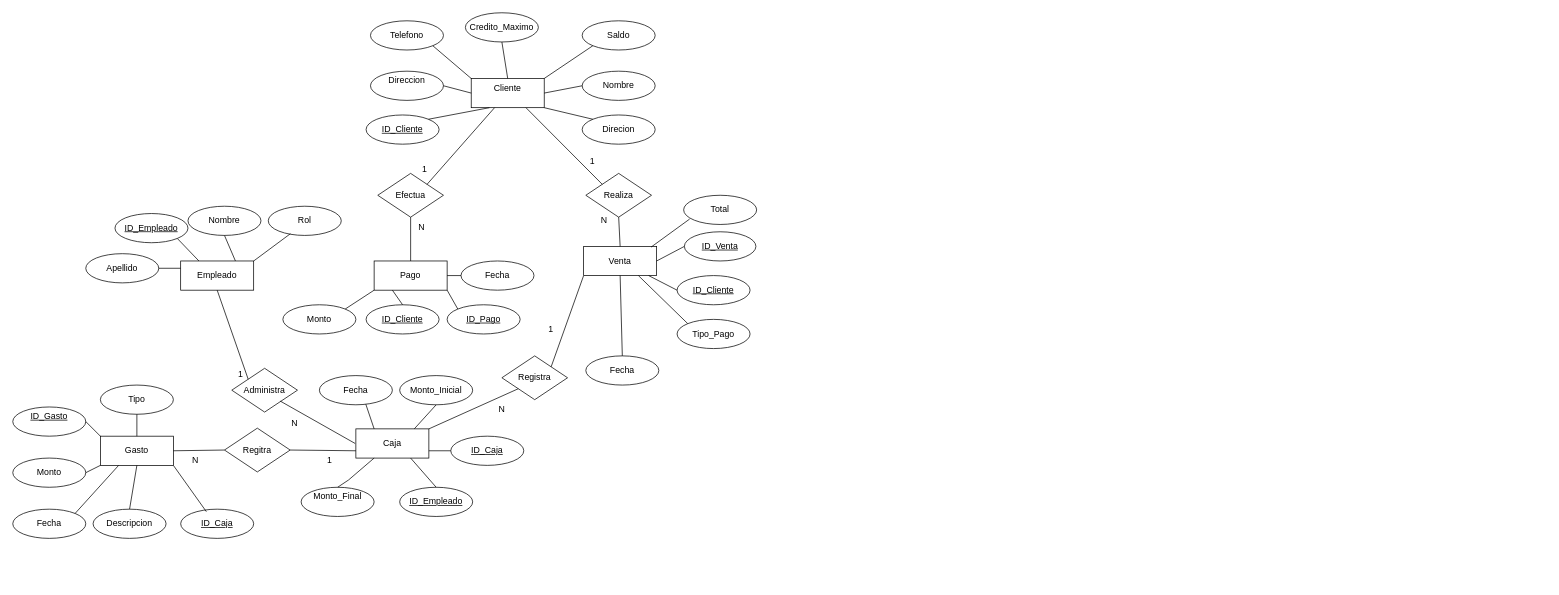
The draw.io diagram Tarea4.drawio in Csandoval-dev/EtlExamenI, before the edit. Source tidied: cells renumbered, new cells numbered last; positions are measured from the earlier drawing's top-left corner, leaving out a move shared by most shapes. Both pictures are drawn from the tidied source at 73%, with x=0, y=0 at pixel (12, 12).
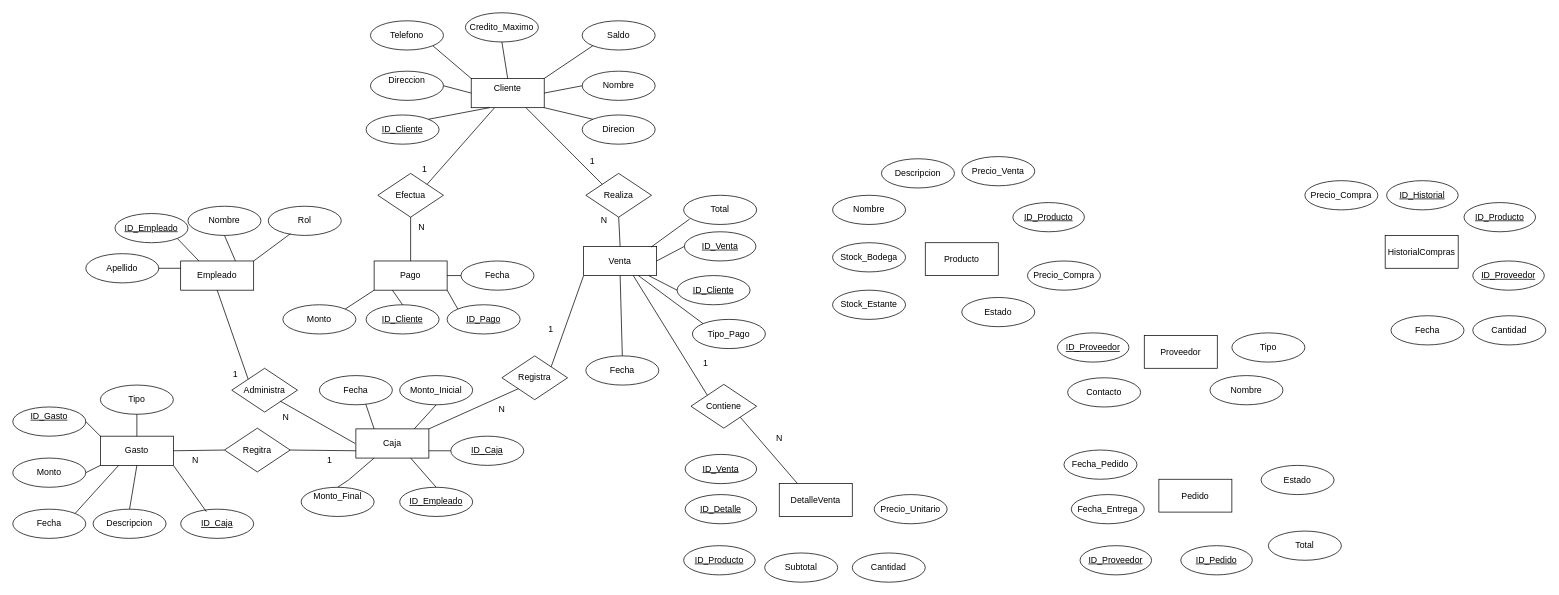
After the change.

Change to the diagram source:
```diff
@@
     <mxCell id="22" value="Tipo_Pago" style="ellipse;whiteSpace=wrap;html=1;align=center;" parent="1" vertex="1">
-      <mxGeometry x="910" y="420" width="100" height="40" as="geometry" />
+      <mxGeometry x="931" y="420" width="100" height="40" as="geometry" />
     </mxCell>
@@
     <mxCell id="77" value="1" style="text;strokeColor=none;fillColor=none;spacingLeft=4;spacingRight=4;overflow=hidden;fontSize=12;whiteSpace=wrap;html=1;" parent="1" vertex="1">
-      <mxGeometry x="303" y="482" width="40" height="30" as="geometry" />
+      <mxGeometry x="296" y="481" width="40" height="30" as="geometry" />
     </mxCell>
     <mxCell id="78" value="N" style="text;strokeColor=none;fillColor=none;spacingLeft=4;spacingRight=4;overflow=hidden;fontSize=12;whiteSpace=wrap;html=1;" parent="1" vertex="1">
-      <mxGeometry x="376" y="549" width="40" height="30" as="geometry" />
+      <mxGeometry x="364" y="540" width="40" height="30" as="geometry" />
     </mxCell>
@@
+    <mxCell id="95" value="Producto" style="whiteSpace=wrap;html=1;align=center;" parent="1" vertex="1">
+      <mxGeometry x="1250" y="315" width="100" height="45" as="geometry" />
+    </mxCell>
+    <mxCell id="96" value="ID_Producto" style="ellipse;whiteSpace=wrap;html=1;align=center;fontStyle=4;" parent="1" vertex="1">
+      <mxGeometry x="919" y="730" width="98" height="40" as="geometry" />
+    </mxCell>
+    <mxCell id="97" value="Nombre" style="ellipse;whiteSpace=wrap;html=1;align=center;" parent="1" vertex="1">
+      <mxGeometry x="1123" y="250" width="100" height="40" as="geometry" />
+    </mxCell>
+    <mxCell id="98" value="Descripcion" style="ellipse;whiteSpace=wrap;html=1;align=center;" parent="1" vertex="1">
+      <mxGeometry x="1190" y="200" width="100" height="40" as="geometry" />
+    </mxCell>
+    <mxCell id="99" value="Precio_Compra" style="ellipse;whiteSpace=wrap;html=1;align=center;" parent="1" vertex="1">
+      <mxGeometry x="1390" y="340" width="100" height="40" as="geometry" />
+    </mxCell>
+    <mxCell id="100" value="Precio_Venta" style="ellipse;whiteSpace=wrap;html=1;align=center;" parent="1" vertex="1">
+      <mxGeometry x="1300" y="197" width="100" height="40" as="geometry" />
+    </mxCell>
+    <mxCell id="101" value="Stock_Bodega" style="ellipse;whiteSpace=wrap;html=1;align=center;" parent="1" vertex="1">
+      <mxGeometry x="1123" y="315" width="100" height="40" as="geometry" />
+    </mxCell>
+    <mxCell id="102" value="Stock_Estante" style="ellipse;whiteSpace=wrap;html=1;align=center;" parent="1" vertex="1">
+      <mxGeometry x="1123" y="380" width="100" height="40" as="geometry" />
+    </mxCell>
+    <mxCell id="103" value="Nombre" style="ellipse;whiteSpace=wrap;html=1;align=center;" parent="1" vertex="1">
+      <mxGeometry x="1640" y="497" width="100" height="40" as="geometry" />
+    </mxCell>
+    <mxCell id="104" value="Proveedor" style="whiteSpace=wrap;html=1;align=center;" parent="1" vertex="1">
+      <mxGeometry x="1550" y="442" width="100" height="45" as="geometry" />
+    </mxCell>
+    <mxCell id="105" value="ID_Historial" style="ellipse;whiteSpace=wrap;html=1;align=center;fontStyle=4;" parent="1" vertex="1">
+      <mxGeometry x="1882" y="230" width="98" height="40" as="geometry" />
+    </mxCell>
+    <mxCell id="106" value="Estado" style="ellipse;whiteSpace=wrap;html=1;align=center;" parent="1" vertex="1">
+      <mxGeometry x="1300" y="390" width="100" height="40" as="geometry" />
+    </mxCell>
+    <mxCell id="107" value="Cantidad" style="ellipse;whiteSpace=wrap;html=1;align=center;" parent="1" vertex="1">
+      <mxGeometry x="2000" y="415" width="100" height="40" as="geometry" />
+    </mxCell>
+    <mxCell id="108" value="Contacto" style="ellipse;whiteSpace=wrap;html=1;align=center;" parent="1" vertex="1">
+      <mxGeometry x="1445" y="500" width="100" height="40" as="geometry" />
+    </mxCell>
+    <mxCell id="109" value="Pedido" style="whiteSpace=wrap;html=1;align=center;" parent="1" vertex="1">
+      <mxGeometry x="1570" y="639" width="100" height="45" as="geometry" />
+    </mxCell>
+    <mxCell id="110" value="ID_Proveedor" style="ellipse;whiteSpace=wrap;html=1;align=center;fontStyle=4;" parent="1" vertex="1">
+      <mxGeometry x="1462" y="730" width="98" height="40" as="geometry" />
+    </mxCell>
+    <mxCell id="111" value="ID_Pedido" style="ellipse;whiteSpace=wrap;html=1;align=center;fontStyle=4;" parent="1" vertex="1">
+      <mxGeometry x="1600" y="730" width="98" height="40" as="geometry" />
+    </mxCell>
+    <mxCell id="112" value="Fecha_Pedido" style="ellipse;whiteSpace=wrap;html=1;align=center;" parent="1" vertex="1">
+      <mxGeometry x="1440" y="599" width="100" height="40" as="geometry" />
+    </mxCell>
+    <mxCell id="113" value="Fecha_Entrega" style="ellipse;whiteSpace=wrap;html=1;align=center;" parent="1" vertex="1">
+      <mxGeometry x="1450" y="660" width="100" height="40" as="geometry" />
+    </mxCell>
+    <mxCell id="114" value="Estado" style="ellipse;whiteSpace=wrap;html=1;align=center;" parent="1" vertex="1">
+      <mxGeometry x="1710" y="620" width="100" height="40" as="geometry" />
+    </mxCell>
+    <mxCell id="115" value="Total" style="ellipse;whiteSpace=wrap;html=1;align=center;" parent="1" vertex="1">
+      <mxGeometry x="1720" y="710" width="100" height="40" as="geometry" />
+    </mxCell>
+    <mxCell id="116" value="DetalleVenta" style="whiteSpace=wrap;html=1;align=center;" parent="1" vertex="1">
+      <mxGeometry x="1050" y="645" width="100" height="45" as="geometry" />
+    </mxCell>
+    <mxCell id="117" value="ID_Venta" style="ellipse;whiteSpace=wrap;html=1;align=center;fontStyle=4;" parent="1" vertex="1">
+      <mxGeometry x="921" y="605" width="98" height="40" as="geometry" />
+    </mxCell>
+    <mxCell id="118" value="ID_Detalle" style="ellipse;whiteSpace=wrap;html=1;align=center;fontStyle=4;" parent="1" vertex="1">
+      <mxGeometry x="921" y="660" width="98" height="40" as="geometry" />
+    </mxCell>
+    <mxCell id="119" value="ID_Producto" style="ellipse;whiteSpace=wrap;html=1;align=center;fontStyle=4;" parent="1" vertex="1">
+      <mxGeometry x="1370" y="260" width="98" height="40" as="geometry" />
+    </mxCell>
+    <mxCell id="120" value="Cantidad" style="ellipse;whiteSpace=wrap;html=1;align=center;" parent="1" vertex="1">
+      <mxGeometry x="1150" y="740" width="100" height="40" as="geometry" />
+    </mxCell>
+    <mxCell id="121" value="Precio_Unitario" style="ellipse;whiteSpace=wrap;html=1;align=center;" parent="1" vertex="1">
+      <mxGeometry x="1180" y="660" width="100" height="40" as="geometry" />
+    </mxCell>
+    <mxCell id="122" value="Subtotal" style="ellipse;whiteSpace=wrap;html=1;align=center;" parent="1" vertex="1">
+      <mxGeometry x="1030" y="740" width="100" height="40" as="geometry" />
+    </mxCell>
+    <mxCell id="123" value="HistorialCompras" style="whiteSpace=wrap;html=1;align=center;" parent="1" vertex="1">
+      <mxGeometry x="1880" y="305" width="100" height="45" as="geometry" />
+    </mxCell>
+    <mxCell id="124" value="ID_Proveedor" style="ellipse;whiteSpace=wrap;html=1;align=center;fontStyle=4;" parent="1" vertex="1">
+      <mxGeometry x="2000" y="340" width="98" height="40" as="geometry" />
+    </mxCell>
+    <mxCell id="125" value="ID_Proveedor" style="ellipse;whiteSpace=wrap;html=1;align=center;fontStyle=4;" parent="1" vertex="1">
+      <mxGeometry x="1431" y="438.5" width="98" height="40" as="geometry" />
+    </mxCell>
+    <mxCell id="126" value="ID_Producto" style="ellipse;whiteSpace=wrap;html=1;align=center;fontStyle=4;" parent="1" vertex="1">
+      <mxGeometry x="1988" y="260" width="98" height="40" as="geometry" />
+    </mxCell>
+    <mxCell id="127" value="Tipo" style="ellipse;whiteSpace=wrap;html=1;align=center;" parent="1" vertex="1">
+      <mxGeometry x="1670" y="438.5" width="100" height="40" as="geometry" />
+    </mxCell>
+    <mxCell id="128" value="Precio_Compra" style="ellipse;whiteSpace=wrap;html=1;align=center;" parent="1" vertex="1">
+      <mxGeometry x="1770" y="230" width="100" height="40" as="geometry" />
+    </mxCell>
+    <mxCell id="129" value="Fecha" style="ellipse;whiteSpace=wrap;html=1;align=center;" parent="1" vertex="1">
+      <mxGeometry x="1888" y="415" width="100" height="40" as="geometry" />
+    </mxCell>
+    <mxCell id="130" value="Contiene" style="shape=rhombus;perimeter=rhombusPerimeter;whiteSpace=wrap;html=1;align=center;" parent="1" vertex="1">
+      <mxGeometry x="929" y="509" width="90" height="60" as="geometry" />
+    </mxCell>
+    <mxCell id="131" style="endArrow=none;html=1;rounded=0;entryX=0;entryY=0;entryDx=0;entryDy=0;" parent="1" edge="1" target="130">
+      <mxGeometry relative="1" as="geometry">
+        <mxPoint x="850" y="360" as="sourcePoint" />
+      </mxGeometry>
+    </mxCell>
+    <mxCell id="132" style="endArrow=none;html=1;rounded=0;entryX=0.25;entryY=0;entryDx=0;entryDy=0;exitX=1;exitY=1;exitDx=0;exitDy=0;" parent="1" edge="1" source="130" target="116">
+      <mxGeometry relative="1" as="geometry" />
+    </mxCell>
+    <mxCell id="133" value="1" style="text;strokeColor=none;fillColor=none;spacingLeft=4;spacingRight=4;overflow=hidden;fontSize=12;whiteSpace=wrap;html=1;" parent="1" vertex="1">
+      <mxGeometry x="940" y="467" width="40" height="30" as="geometry" />
+    </mxCell>
+    <mxCell id="134" value="N" style="text;strokeColor=none;fillColor=none;spacingLeft=4;spacingRight=4;overflow=hidden;fontSize=12;whiteSpace=wrap;html=1;" parent="1" vertex="1">
+      <mxGeometry x="1040" y="569" width="40" height="30" as="geometry" />
+    </mxCell>
```
